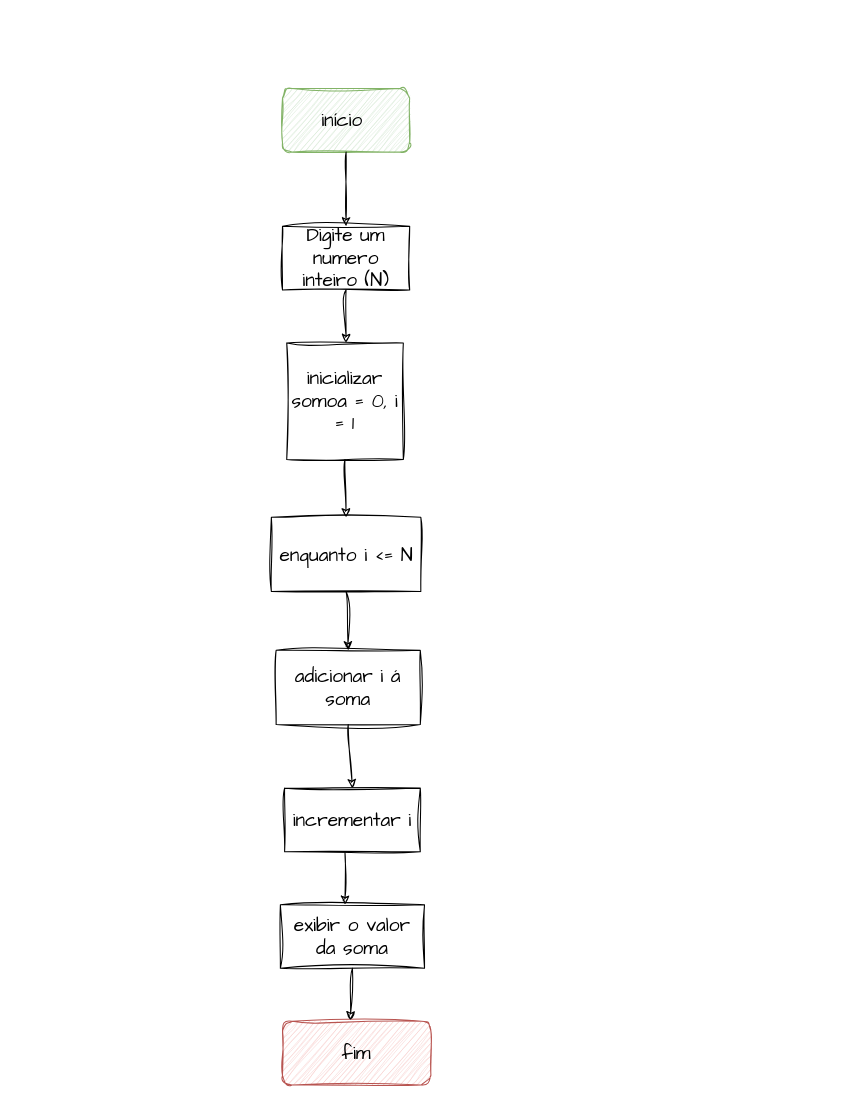
Before: tabuada.drawio in giannycabral/EBAC-CURSO-PROGRAMA-O, a draw.io diagram. Source tidied: cells renumbered, new cells numbered last; positions are measured from the earlier drawing's top-left corner, leaving out a move shared by most shapes. Both pictures are drawn from the tidied source at 106%, with x=0, y=0 at pixel (271, 88).
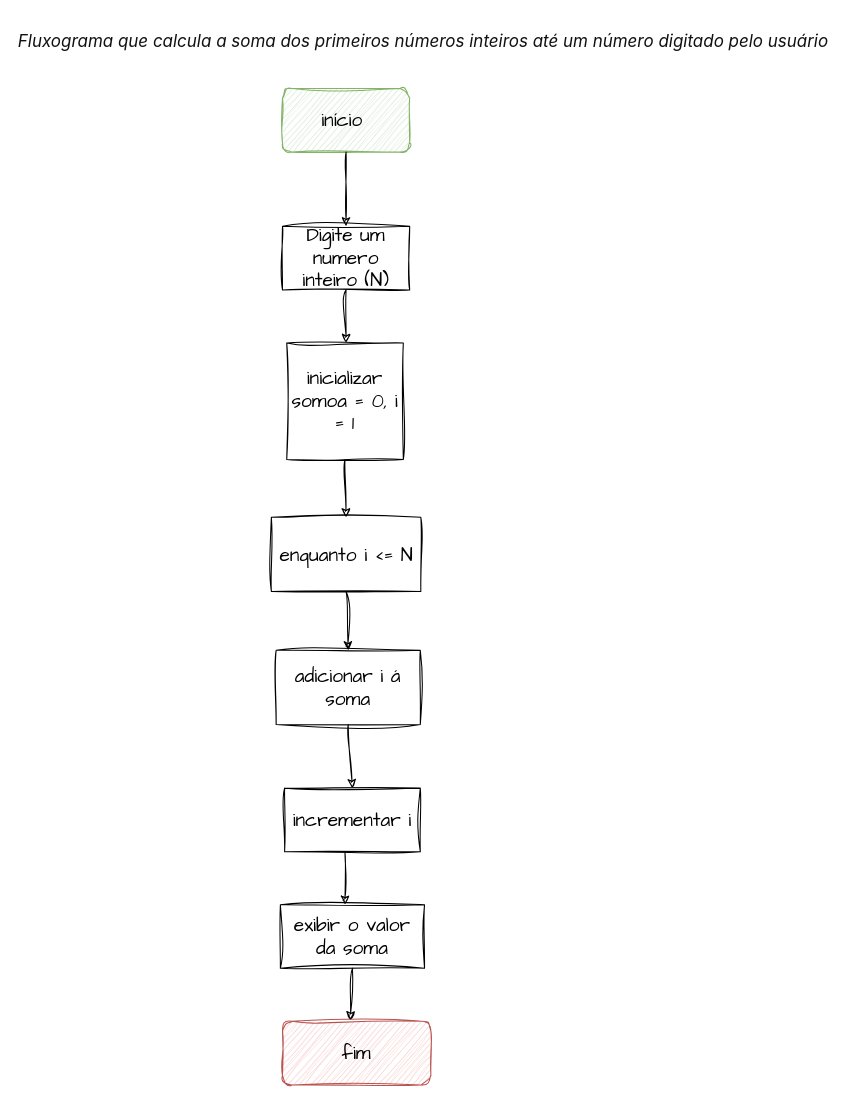
After the change.

Diff of the diagram source:
```diff
@@
 <mxGraphModel>
   <root>
     <mxCell id="0" />
     <mxCell id="1" parent="0" />
     <mxCell id="2" value="&lt;font style=&quot;font-size: 18px;&quot;&gt;Digite um numero inteiro (N)&lt;/font&gt;" style="rounded=0;whiteSpace=wrap;html=1;sketch=1;hachureGap=4;jiggle=2;curveFitting=1;fontFamily=Architects Daughter;" parent="1" vertex="1">
       <mxGeometry x="10" y="130" width="120" height="60" as="geometry" />
     </mxCell>
     <mxCell id="3" value="&lt;font style=&quot;font-size: 18px;&quot;&gt;início&amp;nbsp;&lt;/font&gt;" style="rounded=1;whiteSpace=wrap;html=1;sketch=1;hachureGap=4;jiggle=2;curveFitting=1;fontFamily=Architects Daughter;fillColor=#d5e8d4;strokeColor=#82b366;" parent="1" vertex="1">
       <mxGeometry x="10" width="120" height="60" as="geometry" />
     </mxCell>
     <mxCell id="4" style="endArrow=classic;html=1;rounded=0;sketch=1;hachureGap=4;jiggle=2;curveFitting=1;fontFamily=Architects Daughter;exitX=0.5;exitY=1;exitDx=0;exitDy=0;entryX=0.5;entryY=0;entryDx=0;entryDy=0;" parent="1" edge="1" source="3" target="2">
       <mxGeometry relative="1" as="geometry" />
     </mxCell>
     <mxCell id="5" style="endArrow=classic;html=1;rounded=0;sketch=1;hachureGap=4;jiggle=2;curveFitting=1;fontFamily=Architects Daughter;exitX=0.5;exitY=1;exitDx=0;exitDy=0;" parent="1" edge="1" source="2">
       <mxGeometry relative="1" as="geometry">
         <mxPoint x="70" y="240" as="targetPoint" />
       </mxGeometry>
     </mxCell>
     <mxCell id="6" value="&lt;font style=&quot;font-size: 18px;&quot;&gt;inicializar somoa = 0, i = 1&lt;/font&gt;" style="whiteSpace=wrap;html=1;sketch=1;hachureGap=4;jiggle=2;curveFitting=1;fontFamily=Architects Daughter;" parent="1" vertex="1">
       <mxGeometry x="14" y="240" width="110" height="110" as="geometry" />
     </mxCell>
     <mxCell id="7" value="&lt;font style=&quot;font-size: 18px;&quot;&gt;enquanto i &amp;lt;= N&lt;/font&gt;" style="rounded=0;whiteSpace=wrap;html=1;sketch=1;hachureGap=4;jiggle=2;curveFitting=1;fontFamily=Architects Daughter;" parent="1" vertex="1">
       <mxGeometry x="-0.5" y="404.5" width="141" height="70" as="geometry" />
     </mxCell>
     <mxCell id="8" style="endArrow=classic;html=1;rounded=0;sketch=1;hachureGap=4;jiggle=2;curveFitting=1;fontFamily=Architects Daughter;exitX=0.5;exitY=1;exitDx=0;exitDy=0;entryX=0.5;entryY=0;entryDx=0;entryDy=0;" parent="1" edge="1" source="6" target="7">
       <mxGeometry relative="1" as="geometry" />
     </mxCell>
     <mxCell id="9" value="&lt;font style=&quot;font-size: 18px;&quot;&gt;adicionar i á soma&lt;/font&gt;" style="rounded=0;whiteSpace=wrap;html=1;sketch=1;hachureGap=4;jiggle=2;curveFitting=1;fontFamily=Architects Daughter;" parent="1" vertex="1">
       <mxGeometry x="4" y="530" width="136" height="70" as="geometry" />
     </mxCell>
     <mxCell id="10" style="endArrow=classic;html=1;rounded=0;sketch=1;hachureGap=4;jiggle=2;curveFitting=1;fontFamily=Architects Daughter;exitX=0.5;exitY=1;exitDx=0;exitDy=0;entryX=0.5;entryY=0;entryDx=0;entryDy=0;" parent="1" edge="1" source="7" target="9">
       <mxGeometry relative="1" as="geometry" />
     </mxCell>
     <mxCell id="11" value="&lt;font style=&quot;font-size: 18px;&quot;&gt;incrementar i&lt;/font&gt;" style="rounded=0;whiteSpace=wrap;html=1;sketch=1;hachureGap=4;jiggle=2;curveFitting=1;fontFamily=Architects Daughter;" parent="1" vertex="1">
       <mxGeometry x="12" y="660" width="128" height="60" as="geometry" />
     </mxCell>
     <mxCell id="12" style="endArrow=classic;html=1;rounded=0;sketch=1;hachureGap=4;jiggle=2;curveFitting=1;fontFamily=Architects Daughter;exitX=0.5;exitY=1;exitDx=0;exitDy=0;entryX=0.5;entryY=0;entryDx=0;entryDy=0;" parent="1" edge="1" source="9" target="11">
       <mxGeometry relative="1" as="geometry" />
     </mxCell>
     <mxCell id="13" value="&lt;font style=&quot;font-size: 18px;&quot;&gt;exibir o valor da soma&lt;/font&gt;" style="rounded=0;whiteSpace=wrap;html=1;sketch=1;hachureGap=4;jiggle=2;curveFitting=1;fontFamily=Architects Daughter;" parent="1" vertex="1">
       <mxGeometry x="8" y="770" width="136" height="60" as="geometry" />
     </mxCell>
     <mxCell id="14" style="endArrow=classic;html=1;rounded=0;sketch=1;hachureGap=4;jiggle=2;curveFitting=1;fontFamily=Architects Daughter;exitX=0.445;exitY=1.017;exitDx=0;exitDy=0;exitPerimeter=0;" parent="1" edge="1" source="11">
       <mxGeometry relative="1" as="geometry">
         <mxPoint x="69" y="770" as="targetPoint" />
       </mxGeometry>
     </mxCell>
     <mxCell id="15" value="&lt;font style=&quot;font-size: 18px;&quot;&gt;fim&lt;/font&gt;" style="rounded=1;whiteSpace=wrap;html=1;sketch=1;hachureGap=4;jiggle=2;curveFitting=1;fontFamily=Architects Daughter;fillColor=#f8cecc;strokeColor=#b85450;" parent="1" vertex="1">
       <mxGeometry x="10" y="880" width="140" height="60" as="geometry" />
     </mxCell>
     <mxCell id="16" style="endArrow=classic;html=1;rounded=0;sketch=1;hachureGap=4;jiggle=2;curveFitting=1;fontFamily=Architects Daughter;exitX=0.5;exitY=1;exitDx=0;exitDy=0;entryX=0.457;entryY=-0.017;entryDx=0;entryDy=0;entryPerimeter=0;" parent="1" edge="1" source="13" target="15">
       <mxGeometry relative="1" as="geometry" />
     </mxCell>
+    <mxCell id="17" value="&lt;pre&gt;&lt;span style=&quot;color: rgb(17, 17, 17); font-family: -apple-system, Roboto, SegoeUI, &amp;quot;Segoe UI&amp;quot;, &amp;quot;Helvetica Neue&amp;quot;, Helvetica, &amp;quot;Microsoft YaHei&amp;quot;, &amp;quot;Meiryo UI&amp;quot;, Meiryo, &amp;quot;Arial Unicode MS&amp;quot;, sans-serif; font-size: 16px; text-align: start; background-color: rgb(255, 255, 255);&quot;&gt;&lt;i&gt;Fluxograma que calcula a soma dos primeiros números inteiros até um número digitado pelo usuário&lt;/i&gt;&lt;/span&gt;&lt;/pre&gt;" style="text;html=1;align=center;verticalAlign=middle;whiteSpace=wrap;rounded=0;fontFamily=Architects Daughter;" parent="1" vertex="1">
+      <mxGeometry x="-50" y="-60" width="386" height="30" as="geometry" />
+    </mxCell>
   </root>
 </mxGraphModel>
```
